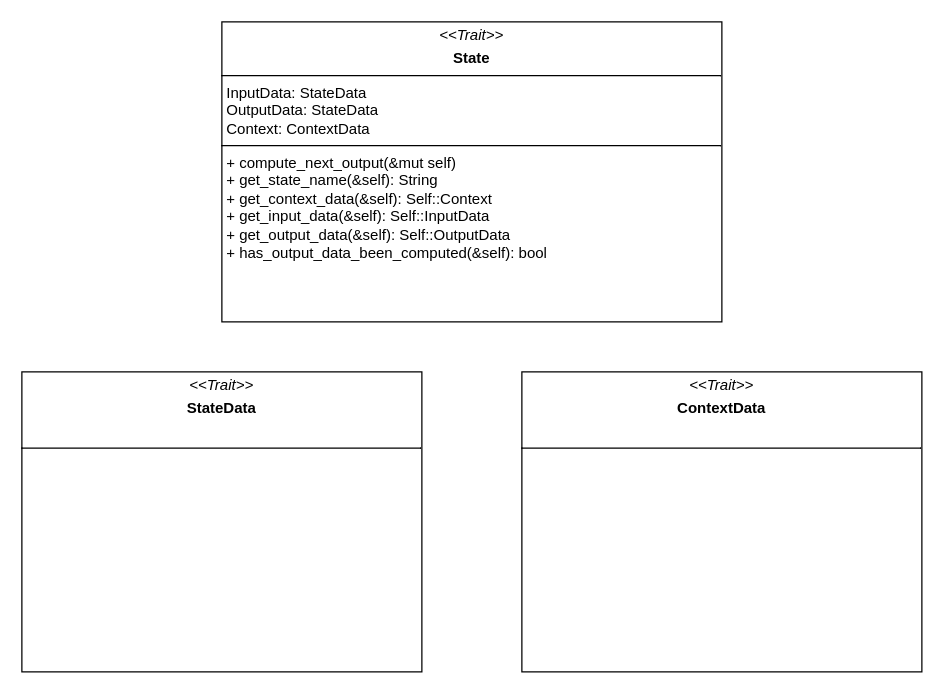
Above: design/uml_class_diagram/state_machine.drawio in DeCa09/state_machine (draw.io), before the change. Source tidied: cells renumbered, new cells numbered last; positions are measured from the earlier drawing's top-left corner, leaving out a move shared by most shapes. Both pictures are drawn from the tidied source at 125%, with x=0, y=0 at pixel (21, 21).
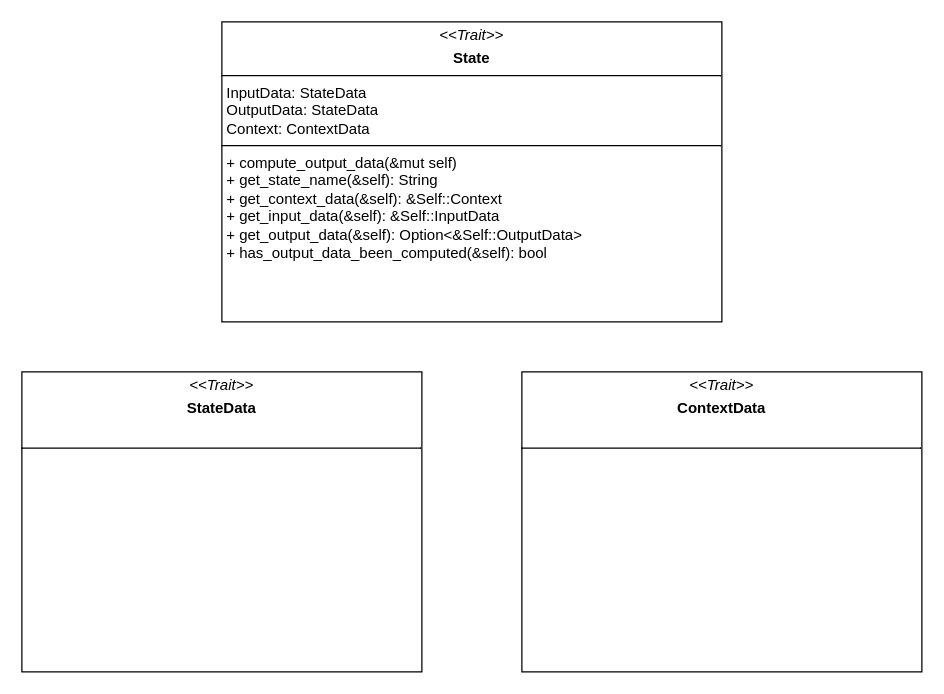
After the change.

Commit message (it also covers changes not shown here):
design: refactor design docs to reflect changes

What changed in the source:
```diff
@@
 <mxGraphModel>
   <root>
     <mxCell id="0" />
     <mxCell id="1" parent="0" />
     <mxCell id="2" value="&lt;p style=&quot;margin:0px;margin-top:4px;text-align:center;&quot;&gt;&lt;i&gt;&amp;lt;&amp;lt;Trait&amp;gt;&amp;gt;&lt;/i&gt;&lt;b&gt;&lt;br&gt;&lt;/b&gt;&lt;/p&gt;&lt;p style=&quot;margin:0px;margin-top:4px;text-align:center;&quot;&gt;&lt;b&gt;ContextData&lt;/b&gt;&lt;/p&gt;&lt;p style=&quot;margin:0px;margin-top:4px;text-align:center;&quot;&gt;&lt;br&gt;&lt;/p&gt;&lt;hr size=&quot;1&quot; style=&quot;border-style:solid;&quot;&gt;&lt;p style=&quot;margin:0px;margin-left:4px;&quot;&gt;&lt;br&gt;&lt;/p&gt;&lt;p style=&quot;margin:0px;margin-left:4px;&quot;&gt;&lt;/p&gt;&lt;p style=&quot;margin:0px;margin-left:4px;&quot;&gt;&lt;/p&gt;&lt;p style=&quot;margin:0px;margin-left:4px;&quot;&gt;&lt;/p&gt;" style="verticalAlign=top;align=left;overflow=fill;html=1;whiteSpace=wrap;" parent="1" vertex="1">
       <mxGeometry x="400" y="280" width="320" height="240" as="geometry" />
     </mxCell>
-    <mxCell id="3" value="&lt;p style=&quot;margin:0px;margin-top:4px;text-align:center;&quot;&gt;&lt;i&gt;&amp;lt;&amp;lt;Trait&amp;gt;&amp;gt;&lt;/i&gt;&lt;/p&gt;&lt;p style=&quot;margin:0px;margin-top:4px;text-align:center;&quot;&gt;&lt;b&gt;State&lt;/b&gt;&lt;br&gt;&lt;/p&gt;&lt;hr size=&quot;1&quot; style=&quot;border-style:solid;&quot;&gt;&lt;p style=&quot;margin:0px;margin-left:4px;&quot;&gt;InputData: StateData&lt;br&gt;OutputData: StateData&lt;/p&gt;&lt;p style=&quot;margin:0px;margin-left:4px;&quot;&gt;Context: ContextData&lt;br&gt;&lt;/p&gt;&lt;hr size=&quot;1&quot; style=&quot;border-style:solid;&quot;&gt;&lt;p style=&quot;margin:0px;margin-left:4px;&quot;&gt;+ compute_next_output(&amp;amp;mut self)&lt;/p&gt;&lt;p style=&quot;margin:0px;margin-left:4px;&quot;&gt;+ get_state_name(&amp;amp;self): String&lt;br&gt;&lt;/p&gt;&lt;p style=&quot;margin:0px;margin-left:4px;&quot;&gt;+ get_context_data(&amp;amp;self): Self::Context&lt;/p&gt;&lt;p style=&quot;margin:0px;margin-left:4px;&quot;&gt;+ get_input_data(&amp;amp;self): Self::InputData&lt;/p&gt;&lt;p style=&quot;margin:0px;margin-left:4px;&quot;&gt;+ get_output_data(&amp;amp;self): Self::OutputData&lt;/p&gt;&lt;p style=&quot;margin:0px;margin-left:4px;&quot;&gt;+ has_output_data_been_computed(&amp;amp;self): bool&lt;/p&gt;&lt;p style=&quot;margin:0px;margin-left:4px;&quot;&gt;&lt;/p&gt;&lt;p style=&quot;margin:0px;margin-left:4px;&quot;&gt;&lt;/p&gt;&lt;p style=&quot;margin:0px;margin-left:4px;&quot;&gt;&lt;/p&gt;" style="verticalAlign=top;align=left;overflow=fill;html=1;whiteSpace=wrap;" parent="1" vertex="1">
+    <mxCell id="3" value="&lt;p style=&quot;margin:0px;margin-top:4px;text-align:center;&quot;&gt;&lt;i&gt;&amp;lt;&amp;lt;Trait&amp;gt;&amp;gt;&lt;/i&gt;&lt;/p&gt;&lt;p style=&quot;margin:0px;margin-top:4px;text-align:center;&quot;&gt;&lt;b&gt;State&lt;/b&gt;&lt;br&gt;&lt;/p&gt;&lt;hr size=&quot;1&quot; style=&quot;border-style:solid;&quot;&gt;&lt;p style=&quot;margin:0px;margin-left:4px;&quot;&gt;InputData: StateData&lt;br&gt;OutputData: StateData&lt;/p&gt;&lt;p style=&quot;margin:0px;margin-left:4px;&quot;&gt;Context: ContextData&lt;br&gt;&lt;/p&gt;&lt;hr size=&quot;1&quot; style=&quot;border-style:solid;&quot;&gt;&lt;p style=&quot;margin:0px;margin-left:4px;&quot;&gt;+ compute_output_data(&amp;amp;mut self)&lt;/p&gt;&lt;p style=&quot;margin:0px;margin-left:4px;&quot;&gt;+ get_state_name(&amp;amp;self): String&lt;br&gt;&lt;/p&gt;&lt;p style=&quot;margin:0px;margin-left:4px;&quot;&gt;+ get_context_data(&amp;amp;self): &amp;amp;Self::Context&lt;/p&gt;&lt;p style=&quot;margin:0px;margin-left:4px;&quot;&gt;+ get_input_data(&amp;amp;self): &amp;amp;Self::InputData&lt;/p&gt;&lt;p style=&quot;margin:0px;margin-left:4px;&quot;&gt;+ get_output_data(&amp;amp;self): Option&amp;lt;&amp;amp;Self::OutputData&amp;gt;&lt;/p&gt;&lt;p style=&quot;margin:0px;margin-left:4px;&quot;&gt;+ has_output_data_been_computed(&amp;amp;self): bool&lt;/p&gt;&lt;p style=&quot;margin:0px;margin-left:4px;&quot;&gt;&lt;/p&gt;&lt;p style=&quot;margin:0px;margin-left:4px;&quot;&gt;&lt;/p&gt;&lt;p style=&quot;margin:0px;margin-left:4px;&quot;&gt;&lt;/p&gt;" style="verticalAlign=top;align=left;overflow=fill;html=1;whiteSpace=wrap;" parent="1" vertex="1">
       <mxGeometry x="160" width="400" height="240" as="geometry" />
     </mxCell>
     <mxCell id="4" value="&lt;p style=&quot;margin:0px;margin-top:4px;text-align:center;&quot;&gt;&lt;i&gt;&amp;lt;&amp;lt;Trait&amp;gt;&amp;gt;&lt;/i&gt;&lt;b&gt;&lt;br&gt;&lt;/b&gt;&lt;/p&gt;&lt;p style=&quot;margin:0px;margin-top:4px;text-align:center;&quot;&gt;&lt;b&gt;StateData&lt;/b&gt;&lt;/p&gt;&lt;p style=&quot;margin:0px;margin-top:4px;text-align:center;&quot;&gt;&lt;br&gt;&lt;/p&gt;&lt;hr size=&quot;1&quot; style=&quot;border-style:solid;&quot;&gt;&lt;p style=&quot;margin:0px;margin-left:4px;&quot;&gt;&lt;br&gt;&lt;/p&gt;&lt;p style=&quot;margin:0px;margin-left:4px;&quot;&gt;&lt;/p&gt;&lt;p style=&quot;margin:0px;margin-left:4px;&quot;&gt;&lt;/p&gt;&lt;p style=&quot;margin:0px;margin-left:4px;&quot;&gt;&lt;/p&gt;" style="verticalAlign=top;align=left;overflow=fill;html=1;whiteSpace=wrap;" parent="1" vertex="1">
       <mxGeometry y="280" width="320" height="240" as="geometry" />
     </mxCell>
   </root>
 </mxGraphModel>
```
